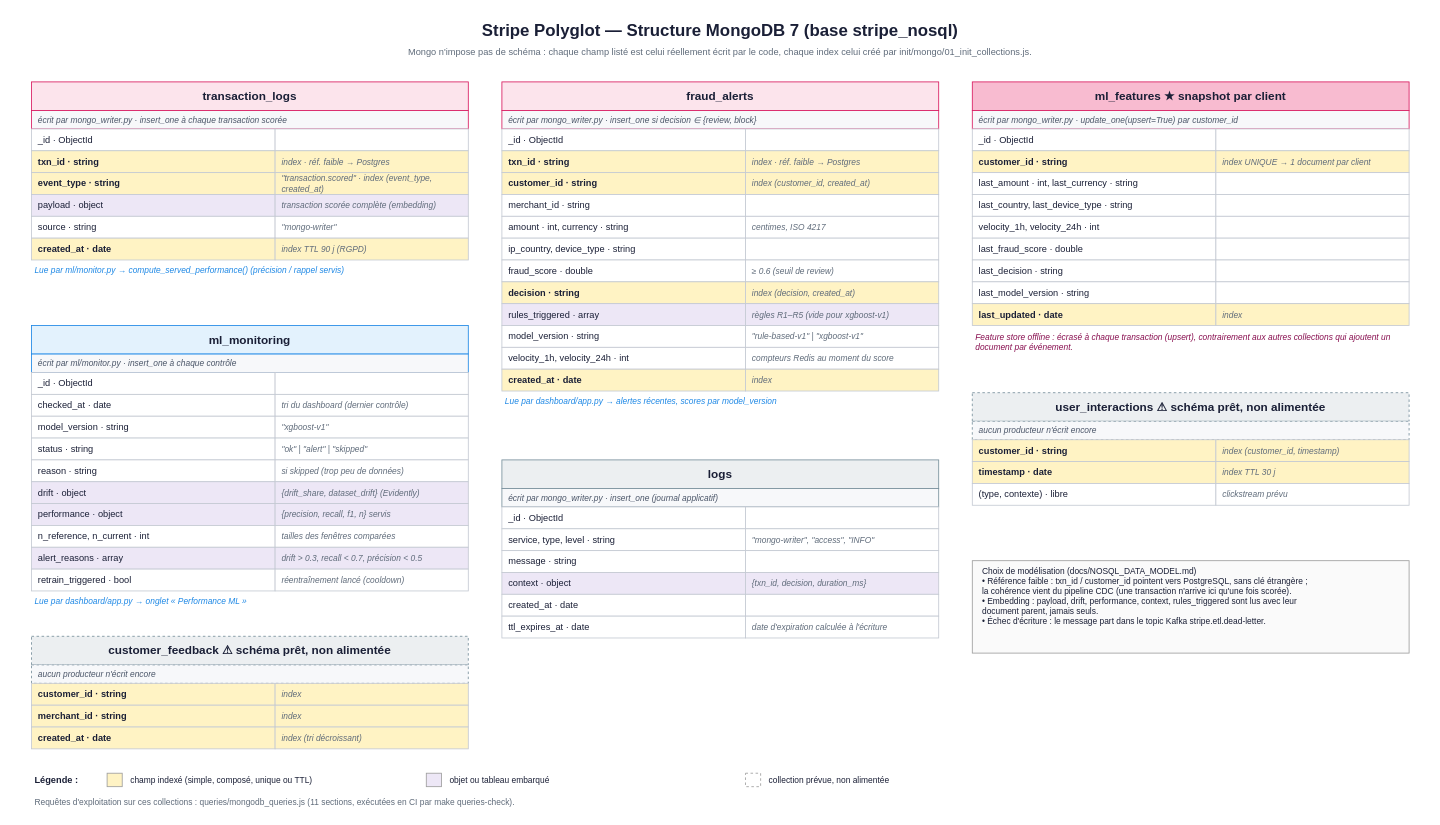
Above: presentation/stripe_mongodb_structure.drawio in PDUCLOS/BLOC2-STRIPE (draw.io), before the change. Source tidied: cells renumbered, new cells numbered last; positions are measured from the earlier drawing's top-left corner, leaving out a move shared by most shapes. Both pictures are drawn from the tidied source at 84%, with x=0, y=0 at pixel (14, 14).
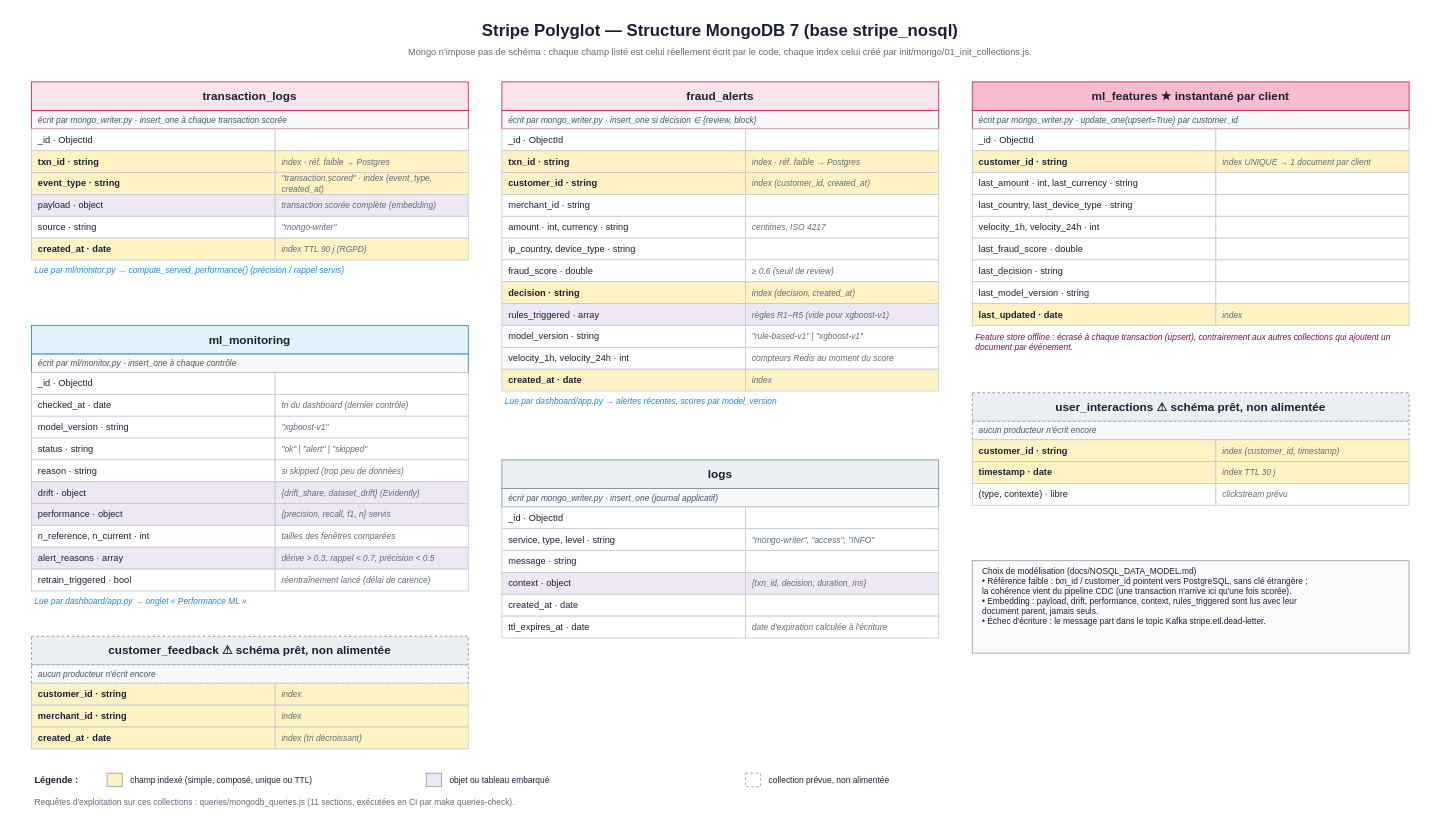
The same page after the edit.

The edit, as a diff of the source:
```diff
@@
-    <mxCell id="38" value="drift &gt; 0.3, recall &lt; 0.7, précision &lt; 0.5" style="rounded=0;whiteSpace=wrap;html=1;fillColor=#ede7f6;strokeColor=#c5cad3;fontSize=10;fontColor=#5f6b7a;align=left;verticalAlign=middle;arcSize=6;fontStyle=2;spacingLeft=6;spacingRight=6;" parent="1" vertex="1">
+    <mxCell id="38" value="dérive &gt; 0.3, rappel &lt; 0.7, précision &lt; 0.5" style="rounded=0;whiteSpace=wrap;html=1;fillColor=#ede7f6;strokeColor=#c5cad3;fontSize=10;fontColor=#5f6b7a;align=left;verticalAlign=middle;arcSize=6;fontStyle=2;spacingLeft=6;spacingRight=6;" parent="1" vertex="1">
       <mxGeometry x="310" y="634" width="230" height="26" as="geometry" />
     </mxCell>
@@
-    <mxCell id="40" value="réentraînement lancé (cooldown)" style="rounded=0;whiteSpace=wrap;html=1;fillColor=#ffffff;strokeColor=#c5cad3;fontSize=10;fontColor=#5f6b7a;align=left;verticalAlign=middle;arcSize=6;fontStyle=2;spacingLeft=6;spacingRight=6;" parent="1" vertex="1">
+    <mxCell id="40" value="réentraînement lancé (délai de carence)" style="rounded=0;whiteSpace=wrap;html=1;fillColor=#ffffff;strokeColor=#c5cad3;fontSize=10;fontColor=#5f6b7a;align=left;verticalAlign=middle;arcSize=6;fontStyle=2;spacingLeft=6;spacingRight=6;" parent="1" vertex="1">
       <mxGeometry x="310" y="660" width="230" height="26" as="geometry" />
     </mxCell>
@@
-    <mxCell id="91" value="ml_features  ★ snapshot par client" style="rounded=0;whiteSpace=wrap;html=1;fillColor=#f8bbd0;strokeColor=#d81b60;fontSize=14;fontColor=#1a1f36;align=center;verticalAlign=middle;arcSize=6;fontStyle=1;spacingLeft=6;spacingRight=6;" parent="1" vertex="1">
+    <mxCell id="91" value="ml_features  ★ instantané par client" style="rounded=0;whiteSpace=wrap;html=1;fillColor=#f8bbd0;strokeColor=#d81b60;fontSize=14;fontColor=#1a1f36;align=center;verticalAlign=middle;arcSize=6;fontStyle=1;spacingLeft=6;spacingRight=6;" parent="1" vertex="1">
       <mxGeometry x="1140" y="80" width="520" height="34" as="geometry" />
     </mxCell>
```
